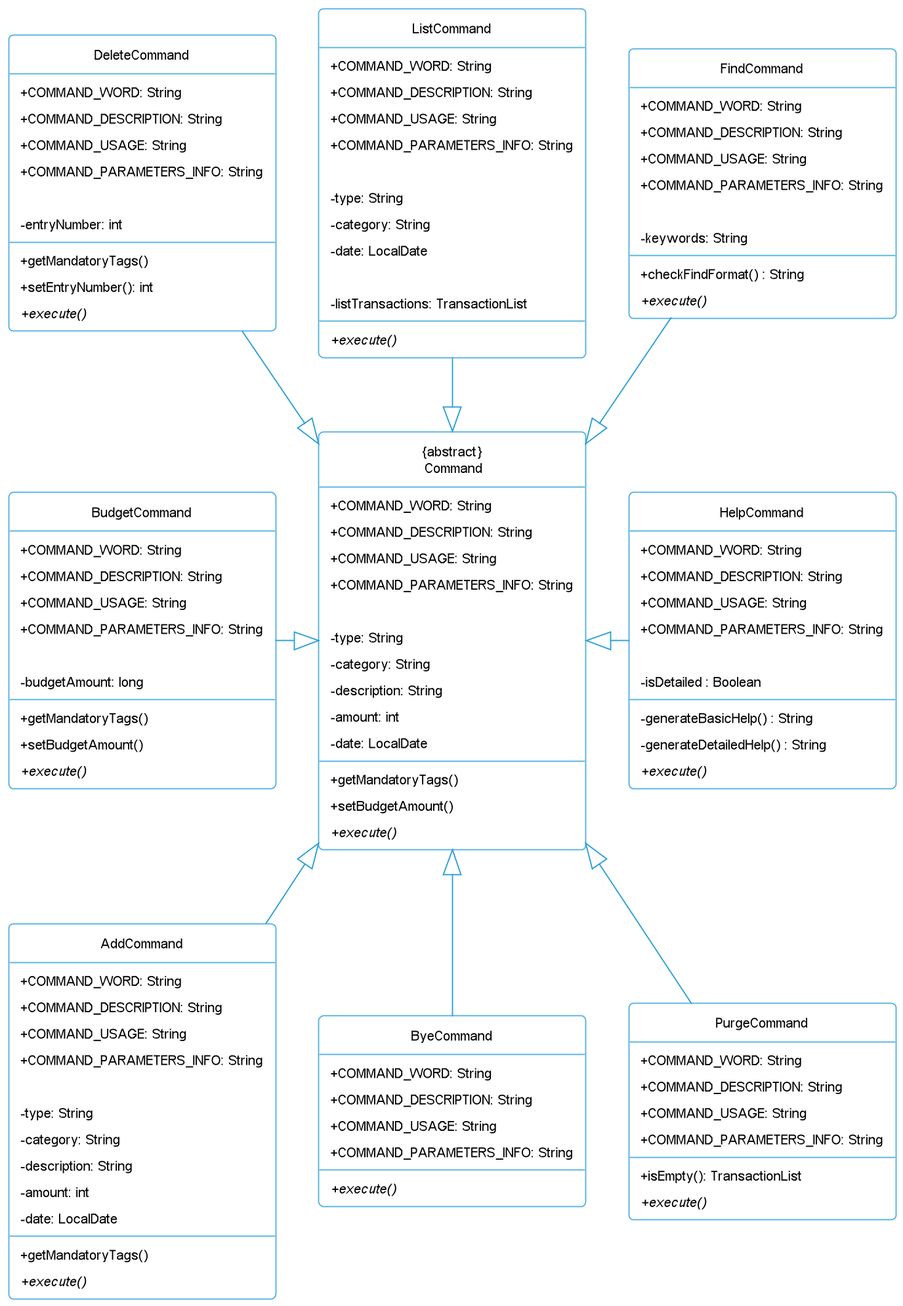
nus-cs2113-AY2223S1/tp keeps this PlantUML diagram as docs/images/CommandComponentClassDiagram.png. Above is the earlier version.
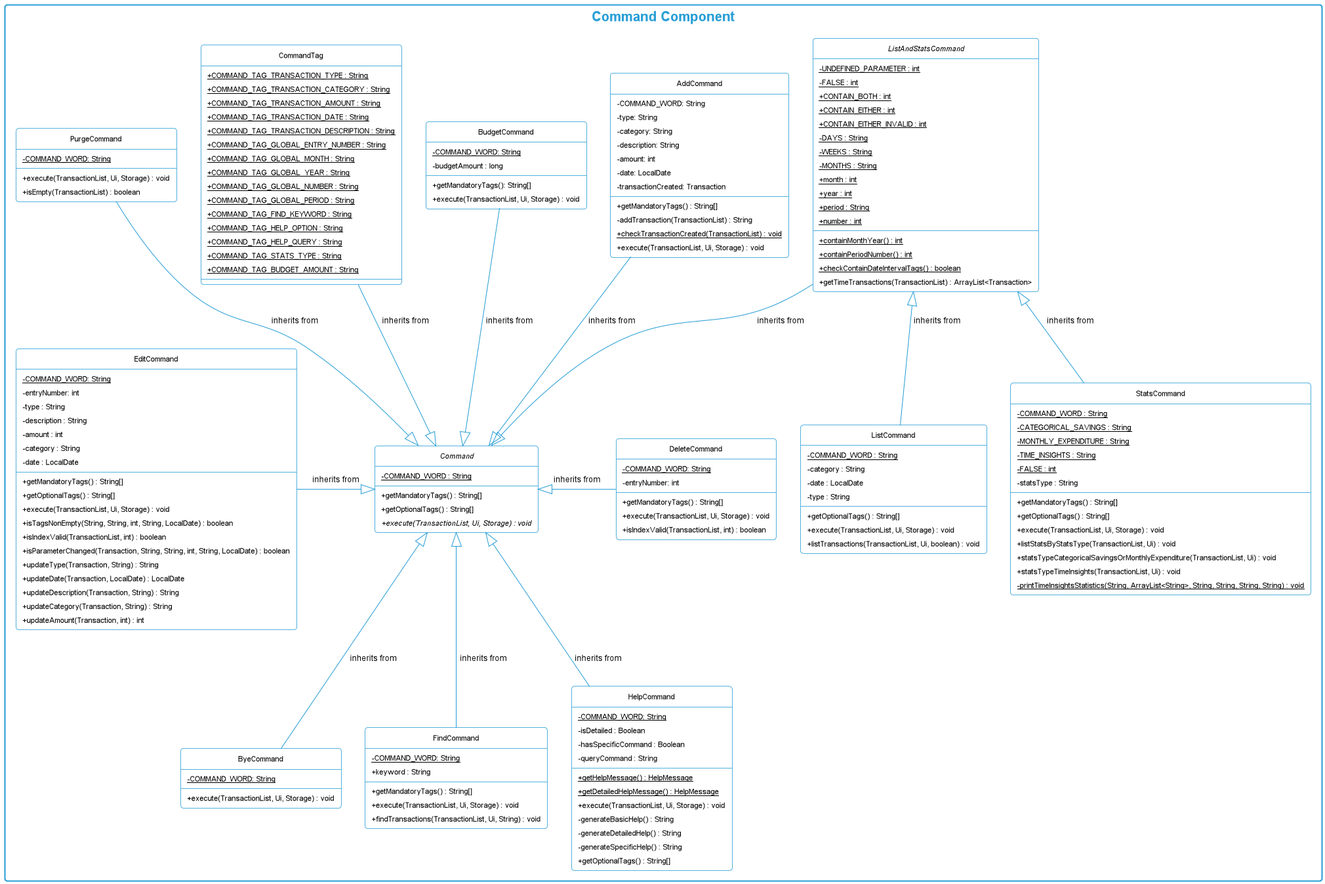
After the change.

Commit message:
Class Diagrams Revamp

What changed in the source:
```diff
@@ -1,131 +1,187 @@
 @startuml
 !include Style.puml
 
-class "{abstract}\n Command" {
-        + COMMAND_WORD: String
-        + COMMAND_DESCRIPTION: String
-        + COMMAND_USAGE: String
-        + COMMAND_PARAMETERS_INFO: String
+package "Command Component" <<Rectangle>> {
+    abstract class Command
+    abstract class ListAndStatsCommand
+    class AddCommand
+    class BudgetCommand
+    class ByeCommand
+    class CommandTag
+    class DeleteCommand
+    class EditCommand
+    class FindCommand
+    class HelpCommand
+    class ListCommand
+    class PurgeCommand
+    class StatsCommand
+}
 
-        - type: String
-        - category: String
-        - description: String
-        - amount: int
-        - date: LocalDate
+abstract class Command {
+    - COMMAND_WORD {static} : String
+    + getMandatoryTags() : String[]
+    + getOptionalTags() : String[]
+    + execute(TransactionList, Ui, Storage) {abstract}: void
+}
 
-        +getMandatoryTags()
-        +setBudgetAmount()
-        +{abstract}execute()
+abstract class ListAndStatsCommand {
+    - UNDEFINED_PARAMETER {static}: int
+    - FALSE {static}: int
+    + CONTAIN_BOTH {static} : int
+    + CONTAIN_EITHER {static} : int
+    + CONTAIN_EITHER_INVALID {static} : int
+    - DAYS {static} : String
+    - WEEKS {static} : String
+    - MONTHS {static} : String
+    + month {static} : int
+    + year {static} : int
+    + period {static} : String
+    + number {static} : int
+    + containMonthYear() {static} : int
+    + containPeriodNumber() {static} : int
+    + checkContainDateIntervalTags() {static} : boolean
+    + getTimeTransactions(TransactionList) : ArrayList<Transaction>
+}
+
+class ListCommand {
+    - COMMAND_WORD {static}: String
+    - category : String
+    - date : LocalDate
+    - type : String
+    + getOptionalTags() : String[]
+    + execute(TransactionList, Ui, Storage) : void
+    + listTransactions(TransactionList, Ui, boolean) : void
+}
+
+class StatsCommand {
+    - COMMAND_WORD {static}: String
+    - CATEGORICAL_SAVINGS {static}: String
+    - MONTHLY_EXPENDITURE {static}: String
+    - TIME_INSIGHTS {static}: String
+    - FALSE {static}: int
+    - statsType : String
+    + getMandatoryTags() : String[]
+    + getOptionalTags() : String[]
+    + execute(TransactionList, Ui, Storage) : void
+    + listStatsByStatsType(TransactionList, Ui) : void
+    + statsTypeCategoricalSavingsOrMonthlyExpenditure(TransactionList, Ui) : void
+    + statsTypeTimeInsights(TransactionList, Ui) : void
+    - printTimeInsightsStatistics(String, ArrayList<String>, String, String, String, String) {static} : void
+}
+
+class ByeCommand {
+    - COMMAND_WORD: String {static}
+    + execute(TransactionList, Ui, Storage) : void
+}
+
+class EditCommand {
+    - COMMAND_WORD: String {static}
+    - entryNumber: int
+    - type : String
+    - description : String
+    - amount : int
+    - category : String
+    - date : LocalDate
+    + getMandatoryTags() : String[]
+    + getOptionalTags() : String[]
+    + execute(TransactionList, Ui, Storage) : void
+    + isTagsNonEmpty(String, String, int, String, LocalDate) : boolean
+    + isIndexValid(TransactionList, int) : boolean
+    + isParameterChanged(Transaction, String, String, int, String, LocalDate) : boolean
+    + updateType(Transaction, String) : String
+    + updateDate(Transaction, LocalDate) : LocalDate
+    + updateDescription(Transaction, String) : String
+    + updateCategory(Transaction, String) : String
+    + updateAmount(Transaction, int) : int
+}
+
+class DeleteCommand {
+    - COMMAND_WORD: String {static}
+    - entryNumber: int
+    + getMandatoryTags() : String[]
+    + execute(TransactionList, Ui, Storage) : void
+    + isIndexValid(TransactionList, int) : boolean
+}
+
+class PurgeCommand {
+    - COMMAND_WORD: String {static}
+    + execute(TransactionList, Ui, Storage) : void
+    + isEmpty(TransactionList) : boolean
+}
+
+class FindCommand {
+    - COMMAND_WORD: String {static}
+    + keyword : String
+    + getMandatoryTags() : String[]
+    + execute(TransactionList, Ui, Storage) : void
+    + findTransactions(TransactionList, Ui, String) : void
+}
+
+class HelpCommand{
+    - COMMAND_WORD: String {static}
+    - isDetailed : Boolean
+    - hasSpecificCommand : Boolean
+    - queryCommand : String
+    + getHelpMessage() : HelpMessage {static}
+    + getDetailedHelpMessage() : HelpMessage {static}
+    + execute(TransactionList, Ui, Storage) : void
+    - generateBasicHelp() : String
+    - generateDetailedHelp() : String
+    - generateSpecificHelp() : String
+    + getOptionalTags() : String[]
 }
 
 class AddCommand {
-+ COMMAND_WORD: String
-    + COMMAND_DESCRIPTION: String
-    + COMMAND_USAGE: String
-    + COMMAND_PARAMETERS_INFO: String
-
+    - COMMAND_WORD: String
     - type: String
     - category: String
     - description: String
     - amount: int
     - date: LocalDate
-
-    +getMandatoryTags()
-    +{abstract}execute()
-}
-
-class ByeCommand {
-+ COMMAND_WORD: String
-    + COMMAND_DESCRIPTION: String
-    + COMMAND_USAGE: String
-    + COMMAND_PARAMETERS_INFO: String
-
-
-    +{abstract}execute()
-}
-
-class DeleteCommand {
-+ COMMAND_WORD: String
-    + COMMAND_DESCRIPTION: String
-    + COMMAND_USAGE: String
-    + COMMAND_PARAMETERS_INFO: String
-
-    - entryNumber: int
-
-    +getMandatoryTags()
-    +setEntryNumber(): int
-    +{abstract}execute()
-}
-
-class ListCommand {
-+ COMMAND_WORD: String
-    + COMMAND_DESCRIPTION: String
-    + COMMAND_USAGE: String
-    + COMMAND_PARAMETERS_INFO: String
-
-    - type: String
-    - category: String
-    - date: LocalDate
-
-    -listTransactions: TransactionList
-    +{abstract}execute()
-}
-
-class PurgeCommand {
-+ COMMAND_WORD: String
-    + COMMAND_DESCRIPTION: String
-    + COMMAND_USAGE: String
-    + COMMAND_PARAMETERS_INFO: String
-
-
-    +isEmpty(): TransactionList
-    +{abstract}execute()
-}
-
-class FindCommand {
-+ COMMAND_WORD: String
-    + COMMAND_DESCRIPTION: String
-    + COMMAND_USAGE: String
-    + COMMAND_PARAMETERS_INFO: String
-
-    - keywords: String
-
-    +checkFindFormat() : String
-    +{abstract}execute()
-}
-
-class HelpCommand {
-+ COMMAND_WORD: String
-    + COMMAND_DESCRIPTION: String
-    + COMMAND_USAGE: String
-    + COMMAND_PARAMETERS_INFO: String
-
-    - isDetailed : Boolean
-
-    -generateBasicHelp() : String
-    -generateDetailedHelp() : String
-    +{abstract}execute()
+    - transactionCreated: Transaction
+    + getMandatoryTags() : String[]
+    - addTransaction(TransactionList) : String
+    + checkTransactionCreated(TransactionList) {static} : void
+    + execute(TransactionList, Ui, Storage) : void
 }
 
 class BudgetCommand {
-+ COMMAND_WORD: String
-    + COMMAND_DESCRIPTION: String
-    + COMMAND_USAGE: String
-    + COMMAND_PARAMETERS_INFO: String
-
-    - budgetAmount: long
-
-    +getMandatoryTags()
-    +setBudgetAmount()
-    +{abstract}execute()
+    - COMMAND_WORD: String {static}
+    - budgetAmount : long
+    + getMandatoryTags(): String[]
+    + execute(TransactionList, Ui, Storage) : void
 }
 
-FindCommand --|> "{abstract}\n Command"
-ByeCommand -up-|> "{abstract}\n Command"
-AddCommand -up-|> "{abstract}\n Command"
-DeleteCommand --|> "{abstract}\n Command"
-ListCommand --|> "{abstract}\n Command"
-PurgeCommand -up-|> "{abstract}\n Command"
-HelpCommand -left-|> "{abstract}\n Command"
-BudgetCommand -right-|> "{abstract}\n Command"
+class CommandTag {
+    + COMMAND_TAG_TRANSACTION_TYPE : String {static}
+    + COMMAND_TAG_TRANSACTION_CATEGORY : String {static}
+    + COMMAND_TAG_TRANSACTION_AMOUNT : String {static}
+    + COMMAND_TAG_TRANSACTION_DATE : String {static}
+    + COMMAND_TAG_TRANSACTION_DESCRIPTION : String {static}
+    + COMMAND_TAG_GLOBAL_ENTRY_NUMBER : String {static}
+    + COMMAND_TAG_GLOBAL_MONTH : String {static}
+    + COMMAND_TAG_GLOBAL_YEAR : String {static}
+    + COMMAND_TAG_GLOBAL_NUMBER : String {static}
+    + COMMAND_TAG_GLOBAL_PERIOD : String {static}
+    + COMMAND_TAG_FIND_KEYWORD : String {static}
+    + COMMAND_TAG_HELP_OPTION : String {static}
+    + COMMAND_TAG_HELP_QUERY : String {static}
+    + COMMAND_TAG_STATS_TYPE : String {static}
+    + COMMAND_TAG_BUDGET_AMOUNT : String {static}
+}
+
+ListCommand -up-|> ListAndStatsCommand : inherits from
+StatsCommand -up-|> ListAndStatsCommand : inherits from
+
+ListAndStatsCommand --|> Command : inherits from
+
+AddCommand --|> Command : inherits from
+BudgetCommand --|> Command : inherits from
+CommandTag --|> Command : inherits from
+PurgeCommand --|> Command : inherits from
+DeleteCommand -left-|> Command : inherits from
+EditCommand -right-|> Command : inherits from
+FindCommand -up-|> Command : inherits from
+ByeCommand -up-|> Command : inherits from
+HelpCommand -up-|> Command : inherits from
 @enduml
```
